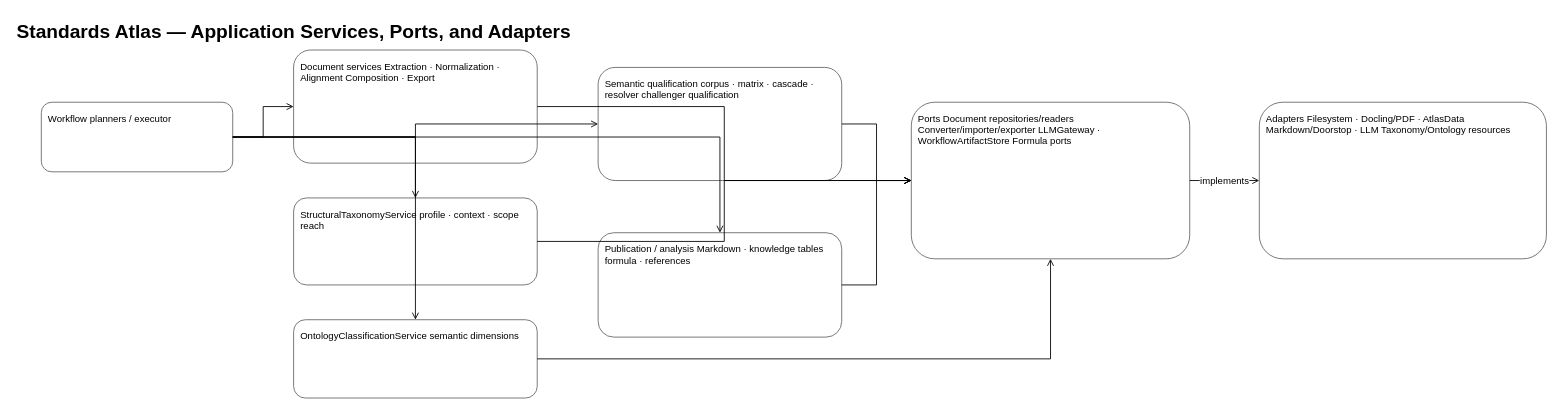
Before: docs/architecture/diagrams/drawio/application-architecture-class-diagram.drawio in shetze/standards-atlas, a draw.io diagram. Source tidied: cells renumbered, new cells numbered last; positions are measured from the earlier drawing's top-left corner, leaving out a move shared by most shapes. Both pictures are drawn from the tidied source at 87%, with x=0, y=0 at pixel (15, 15).
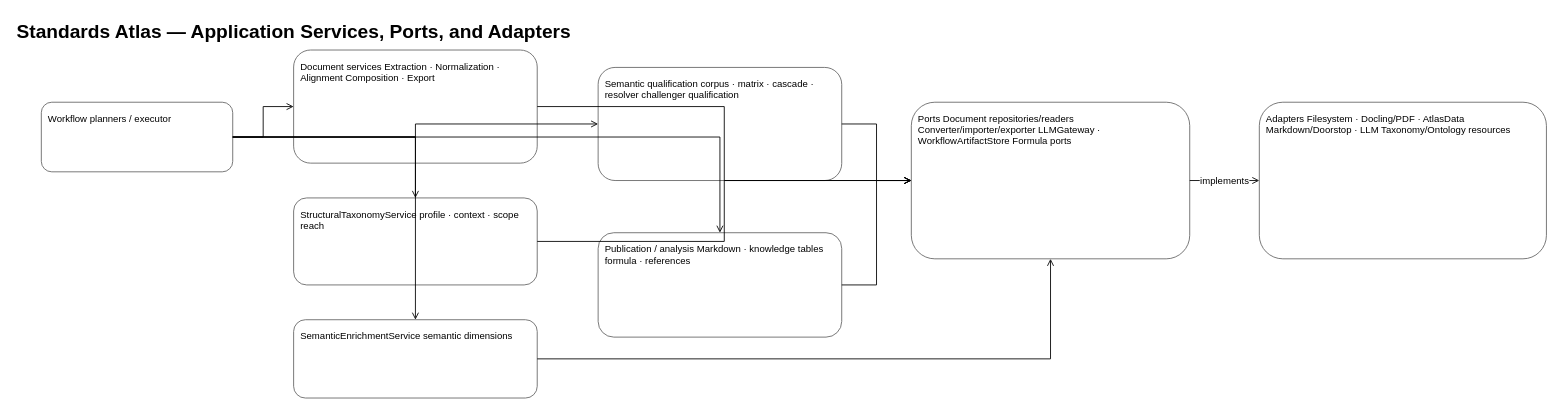
Above is the later version.

Change to the diagram source:
```diff
@@
-    <mxCell id="6" value="OntologyClassificationService semantic dimensions" style="rounded=1;whiteSpace=wrap;html=1;align=left;verticalAlign=top;spacing=8;fillColor=#ffffff;strokeColor=#666666;fontSize=11;" parent="1" vertex="1">
+    <mxCell id="6" value="SemanticEnrichmentService semantic dimensions" style="rounded=1;whiteSpace=wrap;html=1;align=left;verticalAlign=top;spacing=8;fillColor=#ffffff;strokeColor=#666666;fontSize=11;" parent="1" vertex="1">
       <mxGeometry x="320" y="350" width="280" height="90" as="geometry" />
     </mxCell>
```
